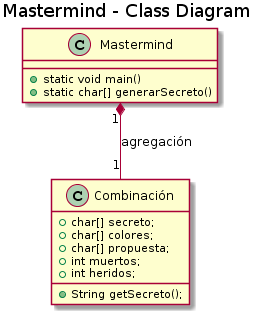
Before: diagramaClasesIteracion1.png, a diagram exported from PlantUML (laucv/mastermind). Source of this version:
```plantuml
@startuml
title Mastermind - Class Diagram


class Mastermind {
    +static void main()
    +static char[] generarSecreto()
}

class Combinación{
    +char[] secreto;
    +char[] colores;
    +char[] propuesta;
    +int muertos;
    +int heridos;
    +String getSecreto();
}
Mastermind "1" *-- "1" Combinación :agregación
@enduml
```
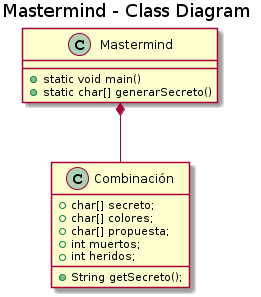
After the commit.

Change to the diagram source:
```diff
@@ -15,5 +15,5 @@
     +int heridos;
     +String getSecreto();
 }
-Mastermind "1" *-- "1" Combinación :agregación
+Mastermind *-- Combinación
 @enduml
```
